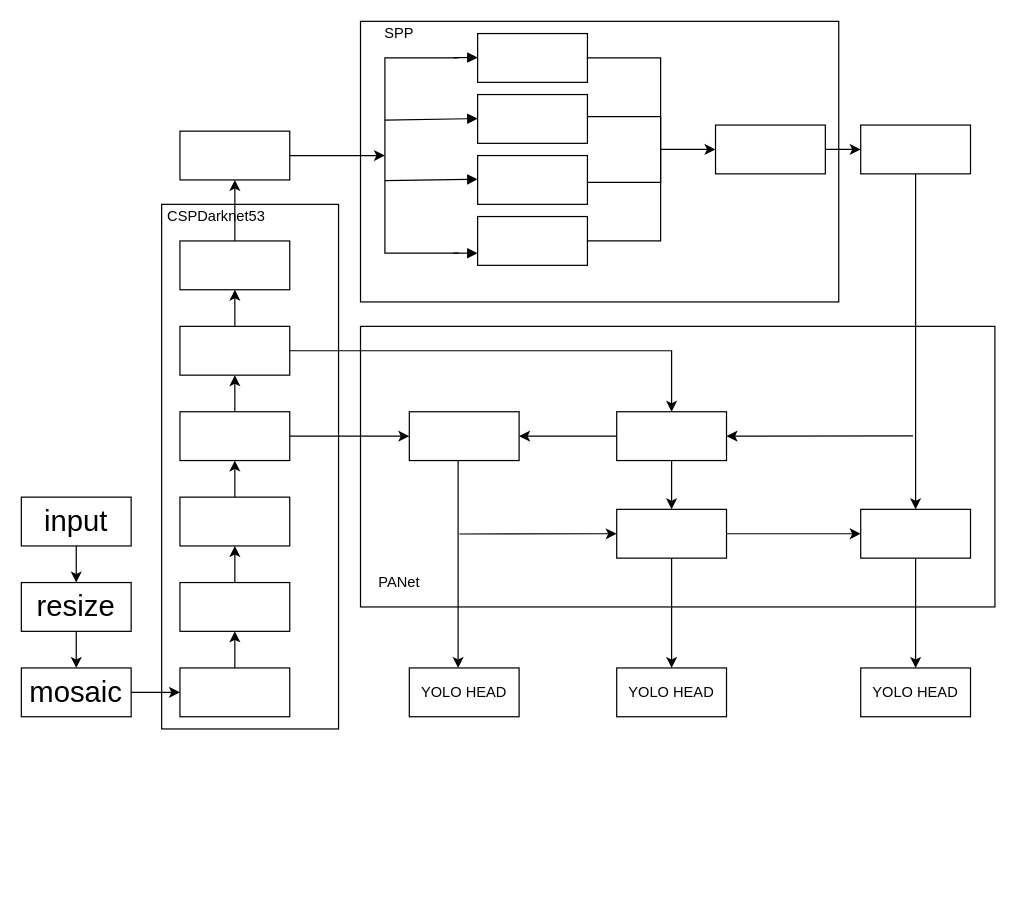
Earlier version of the draw.io diagram page "第 2 页" (2 of 2) of Untitled Diagram.drawio (RyougiShki/hhhh). Source tidied: cells renumbered, new cells numbered last; positions are measured from the earlier drawing's top-left corner, leaving out a move shared by most shapes. Both pictures are drawn from the tidied source at 122%, with x=0, y=0 at pixel (21, 21).
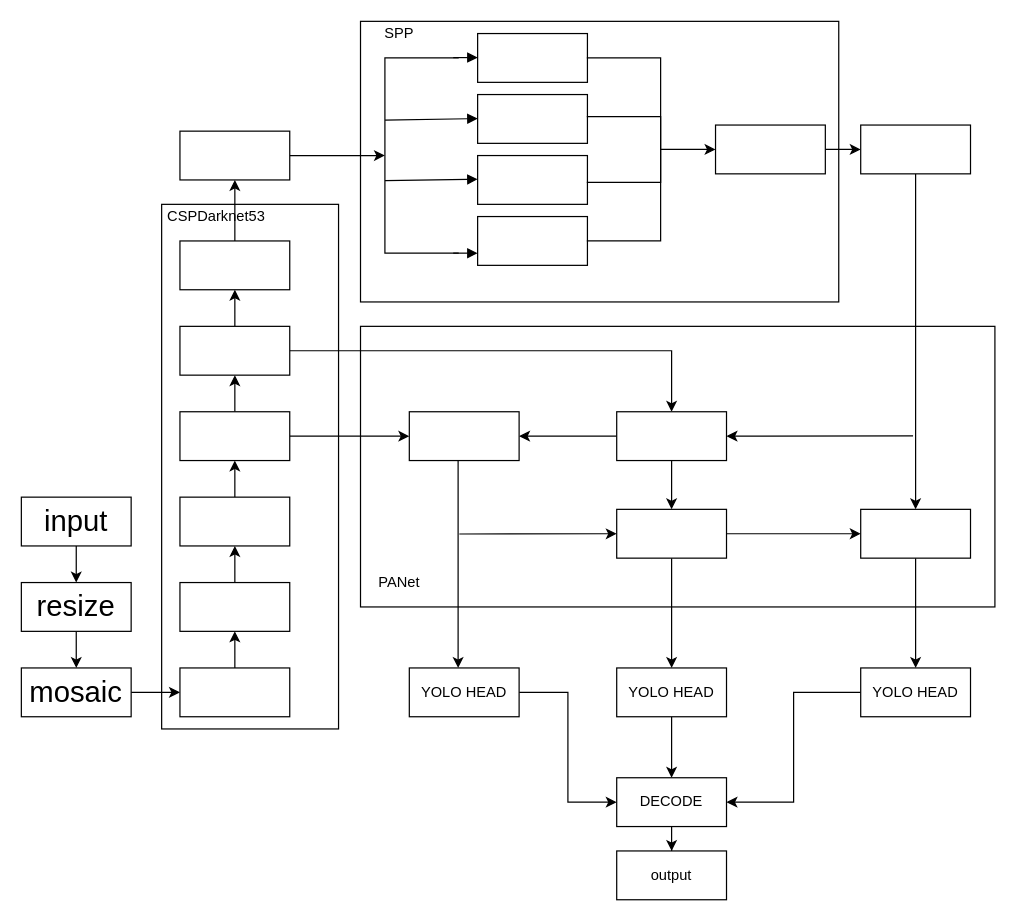
Above is the later version.

The change refers to these unchanged cells:
```xml
<mxCell id="53" value="YOLO HEAD" style="rounded=0;whiteSpace=wrap;html=1;" parent="1" vertex="1">
  <mxGeometry x="318" y="530" width="90" height="40" as="geometry" />
</mxCell>
<mxCell id="54" value="&lt;span&gt;YOLO HEAD&lt;/span&gt;" style="rounded=0;whiteSpace=wrap;html=1;" parent="1" vertex="1">
  <mxGeometry x="488" y="530" width="90" height="40" as="geometry" />
</mxCell>
<mxCell id="55" value="&lt;span&gt;YOLO HEAD&lt;/span&gt;" style="rounded=0;whiteSpace=wrap;html=1;" parent="1" vertex="1">
  <mxGeometry x="688" y="530" width="90" height="40" as="geometry" />
</mxCell>
```

Change to the diagram source:
```diff
@@
+    <mxCell id="61" style="edgeStyle=orthogonalEdgeStyle;rounded=0;jettySize=auto;html=1;entryX=0;entryY=0.5;entryDx=0;entryDy=0;" parent="1" edge="1" source="53" target="65">
+      <mxGeometry relative="1" as="geometry" />
+    </mxCell>
@@
+    <mxCell id="62" style="edgeStyle=orthogonalEdgeStyle;rounded=0;jettySize=auto;html=1;" parent="1" edge="1" source="54" target="65">
+      <mxGeometry relative="1" as="geometry" />
+    </mxCell>
@@
+    <mxCell id="63" style="edgeStyle=orthogonalEdgeStyle;rounded=0;jettySize=auto;html=1;entryX=1;entryY=0.5;entryDx=0;entryDy=0;" parent="1" edge="1" source="55" target="65">
+      <mxGeometry relative="1" as="geometry" />
+    </mxCell>
@@
+    <mxCell id="64" style="edgeStyle=orthogonalEdgeStyle;rounded=0;jettySize=auto;html=1;" parent="1" edge="1" source="65" target="66">
+      <mxGeometry relative="1" as="geometry" />
+    </mxCell>
+    <mxCell id="65" value="DECODE" style="rounded=0;whiteSpace=wrap;html=1;" parent="1" vertex="1">
+      <mxGeometry x="488" y="620" width="90" height="40" as="geometry" />
+    </mxCell>
+    <mxCell id="66" value="output" style="rounded=0;whiteSpace=wrap;html=1;" parent="1" vertex="1">
+      <mxGeometry x="488" y="680" width="90" height="40" as="geometry" />
+    </mxCell>
```
